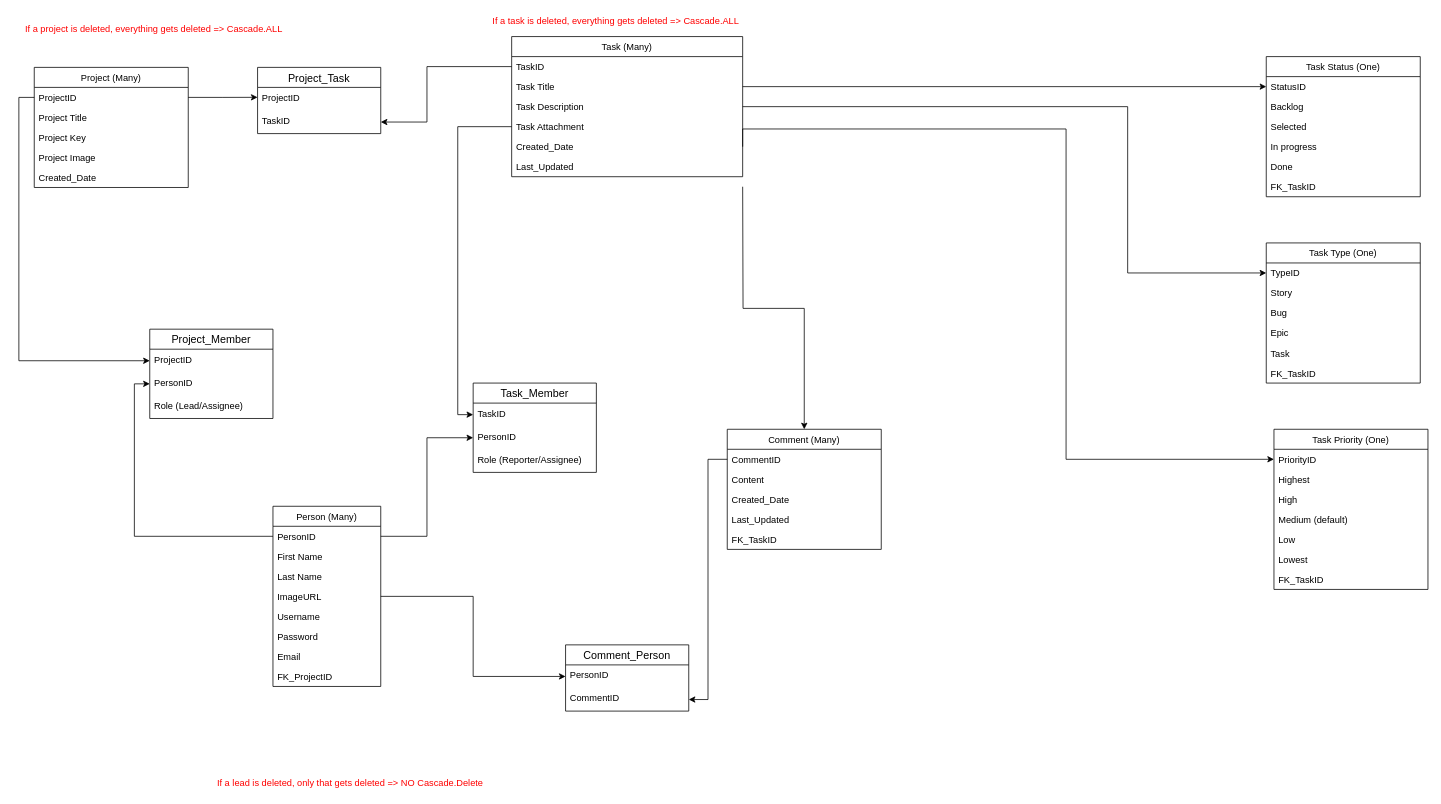
dathaotrinh/jira-clone keeps this draw.io diagram as ERdiagram.drawio. Above is the earlier version. Source tidied: cells renumbered, new cells numbered last; positions are measured from the earlier drawing's top-left corner, leaving out a move shared by most shapes. Both pictures are drawn from the tidied source at 77%, with x=0, y=0 at pixel (18, 13).
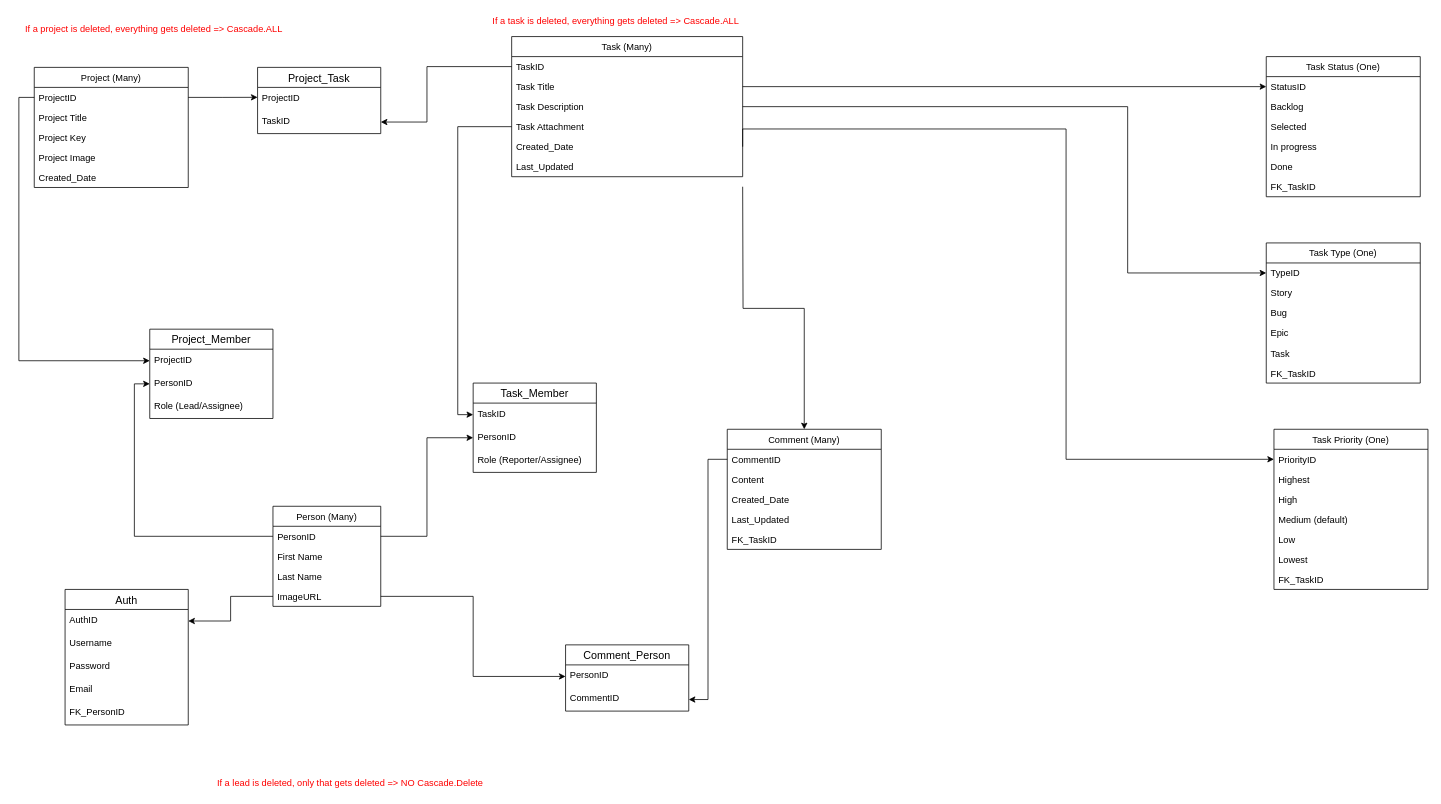
The same page after the edit.

Commit message (it also covers changes not shown here):
create person table script

Unchanged cells that the change refers to:
```xml
<mxCell id="33" value="ImageURL" style="text;strokeColor=none;fillColor=none;align=left;verticalAlign=top;spacingLeft=4;spacingRight=4;overflow=hidden;points=[[0,0.5],[1,0.5]];portConstraint=eastwest;" parent="29" vertex="1">
  <mxGeometry y="104" width="140" height="26" as="geometry" />
</mxCell>
```

The edit, as a diff of the source:
```diff
@@
     <mxCell id="29" value="Person (Many)" style="swimlane;fontStyle=0;horizontal=1;startSize=26;fillColor=none;" parent="1" vertex="1">
-      <mxGeometry x="330" y="640" width="140" height="234" as="geometry" />
+      <mxGeometry x="330" y="640" width="140" height="130" as="geometry" />
     </mxCell>
@@
-    <mxCell id="34" value="Username" style="text;strokeColor=none;fillColor=none;align=left;verticalAlign=top;spacingLeft=4;spacingRight=4;overflow=hidden;" parent="29" vertex="1">
-      <mxGeometry y="130" width="140" height="26" as="geometry" />
-    </mxCell>
-    <mxCell id="35" value="Password" style="text;strokeColor=none;fillColor=none;align=left;verticalAlign=top;spacingLeft=4;spacingRight=4;overflow=hidden;" parent="29" vertex="1">
-      <mxGeometry y="156" width="140" height="26" as="geometry" />
-    </mxCell>
-    <mxCell id="36" value="Email" style="text;strokeColor=none;fillColor=none;align=left;verticalAlign=top;spacingLeft=4;spacingRight=4;overflow=hidden;" parent="29" vertex="1">
-      <mxGeometry y="182" width="140" height="26" as="geometry" />
-    </mxCell>
-    <mxCell id="37" value="FK_ProjectID" style="text;strokeColor=none;fillColor=none;align=left;verticalAlign=top;spacingLeft=4;spacingRight=4;overflow=hidden;" parent="29" vertex="1">
-      <mxGeometry y="208" width="140" height="26" as="geometry" />
-    </mxCell>
@@
+    <mxCell id="81" value="Auth" style="swimlane;fontStyle=0;horizontal=1;startSize=26;align=center;fontSize=14;" parent="1" vertex="1">
+      <mxGeometry x="60" y="748" width="160" height="176" as="geometry" />
+    </mxCell>
+    <mxCell id="82" value="AuthID" style="text;strokeColor=none;fillColor=none;spacingLeft=4;spacingRight=4;overflow=hidden;points=[[0,0.5],[1,0.5]];portConstraint=eastwest;fontSize=12;" parent="81" vertex="1">
+      <mxGeometry y="26" width="160" height="30" as="geometry" />
+    </mxCell>
+    <mxCell id="34" value="Username" style="text;strokeColor=none;fillColor=none;spacingLeft=4;spacingRight=4;overflow=hidden;fontSize=12;" parent="81" vertex="1">
+      <mxGeometry y="56" width="160" height="30" as="geometry" />
+    </mxCell>
+    <mxCell id="35" value="Password" style="text;strokeColor=none;fillColor=none;spacingLeft=4;spacingRight=4;overflow=hidden;fontSize=12;" parent="81" vertex="1">
+      <mxGeometry y="86" width="160" height="30" as="geometry" />
+    </mxCell>
+    <mxCell id="36" value="Email" style="text;strokeColor=none;fillColor=none;spacingLeft=4;spacingRight=4;overflow=hidden;fontSize=12;" parent="81" vertex="1">
+      <mxGeometry y="116" width="160" height="30" as="geometry" />
+    </mxCell>
+    <mxCell id="83" value="FK_PersonID" style="text;strokeColor=none;fillColor=none;spacingLeft=4;spacingRight=4;overflow=hidden;fontSize=12;" parent="81" vertex="1">
+      <mxGeometry y="146" width="160" height="30" as="geometry" />
+    </mxCell>
+    <mxCell id="84" style="edgeStyle=orthogonalEdgeStyle;rounded=0;jettySize=auto;html=1;exitX=0;exitY=0.5;exitDx=0;exitDy=0;" parent="1" edge="1" source="33" target="82">
+      <mxGeometry relative="1" as="geometry" />
+    </mxCell>
```
